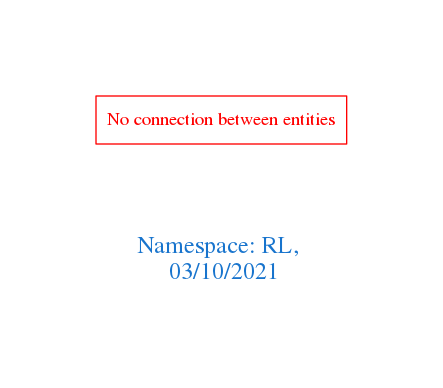
The Graphviz diagram downloads/RL.png in arago/OGIT, before a commit. Its source is kept beside it as downloads/RL.dot.
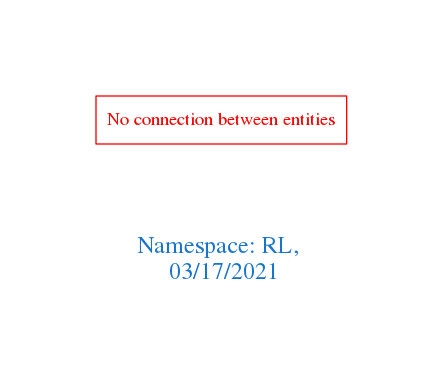
After the change.

Diff of the diagram source:
```diff
@@ -1,7 +1,7 @@
 digraph OGIT_ontology {
  graph [ rankdir= LR,pad=1
 fontsize = 18,
-fontcolor= dodgerblue3,label = "\n\n\nNamespace: RL, \n 03/10/2021"];
+fontcolor= dodgerblue3,label = "\n\n\nNamespace: RL, \n 03/17/2021"];
 node[shape=polygon];
 edge [  color="gray81"];
 
```
